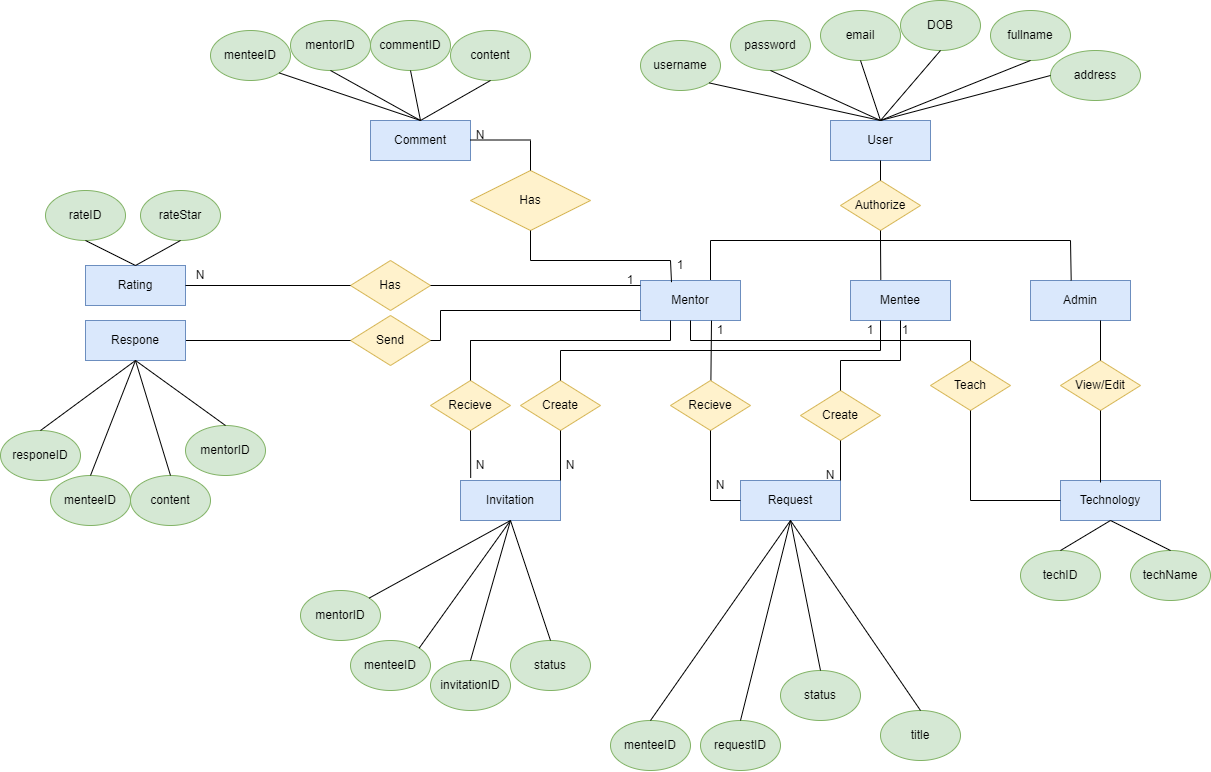
Earlier version of the draw.io export ERD.drawio.png (dungdt23/SWP391_Document). Source tidied: cells renumbered, new cells last; positions are measured from the earlier drawing's top-left corner, leaving out a move shared by most shapes.
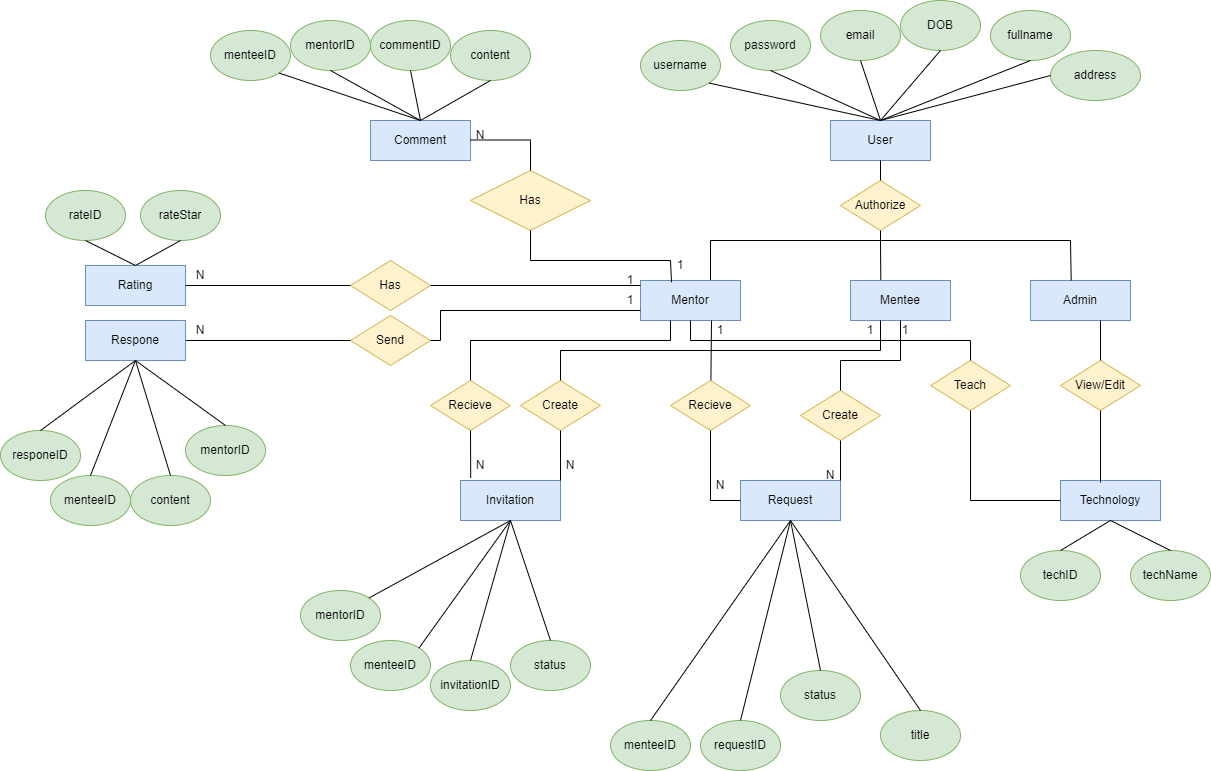
After the change.

The edit, as a diff of the source:
```diff
@@ -449,5 +449,11 @@
     <mxCell id="124" style="endArrow=none;html=1;rounded=0;exitX=0.5;exitY=0;exitDx=0;exitDy=0;entryX=0.5;entryY=1;entryDx=0;entryDy=0;" parent="1" edge="1" source="118" target="115">
       <mxGeometry relative="1" as="geometry" />
     </mxCell>
+    <mxCell id="125" value="N" style="text;html=1;strokeColor=none;fillColor=none;align=center;verticalAlign=middle;whiteSpace=wrap;rounded=0;" parent="1" vertex="1">
+      <mxGeometry x="170" y="315" width="60" height="30" as="geometry" />
+    </mxCell>
+    <mxCell id="126" value="1" style="text;html=1;strokeColor=none;fillColor=none;align=center;verticalAlign=middle;whiteSpace=wrap;rounded=0;" parent="1" vertex="1">
+      <mxGeometry x="600" y="285" width="60" height="30" as="geometry" />
+    </mxCell>
   </root>
 </mxGraphModel>
```
